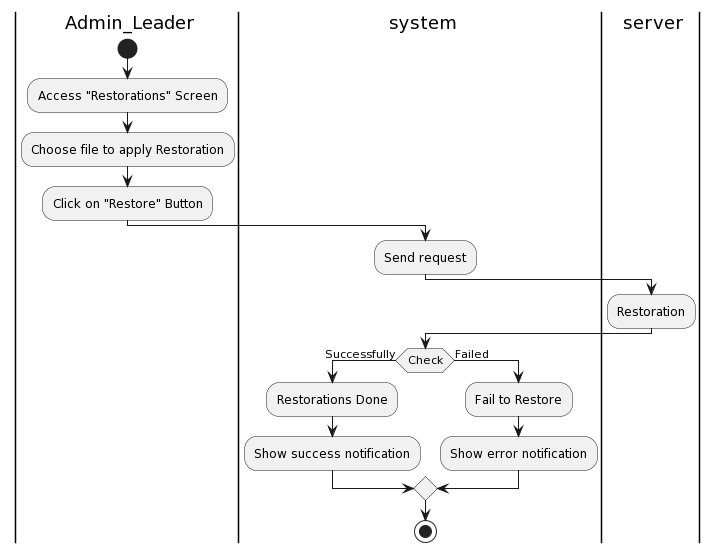
Before: Lab1/Lab1.2/Activity Diagram/SystemManagement/Restorations/Restorations.png, a diagram exported from PlantUML (khoapham1003/SE357-Pratice-class).
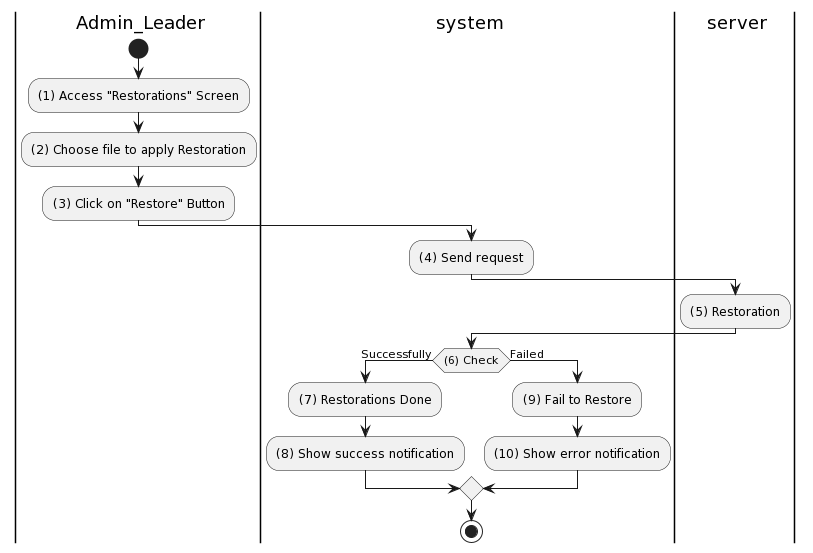
After the commit.

The edit, as a diff of the source:
```diff
@@ -4,20 +4,20 @@
 |ser| server
 |a|
 start
-:Access "Restorations" Screen;
-:Choose file to apply Restoration;
-:Click on "Restore" Button;
+:(1) Access "Restorations" Screen;
+:(2) Choose file to apply Restoration;
+:(3) Click on "Restore" Button;
 |sys|
-:Send request;
+:(4) Send request;
 |ser|
-:Restoration;
+:(5) Restoration;
 |sys|
-if(Check) then (Successfully)
-:Restorations Done;
-:Show success notification;
+if((6) Check) then (Successfully)
+:(7) Restorations Done;
+:(8) Show success notification;
 else (Failed)
-:Fail to Restore;
-:Show error notification;
+:(9) Fail to Restore;
+:(10) Show error notification;
 endif
 
 stop
```
